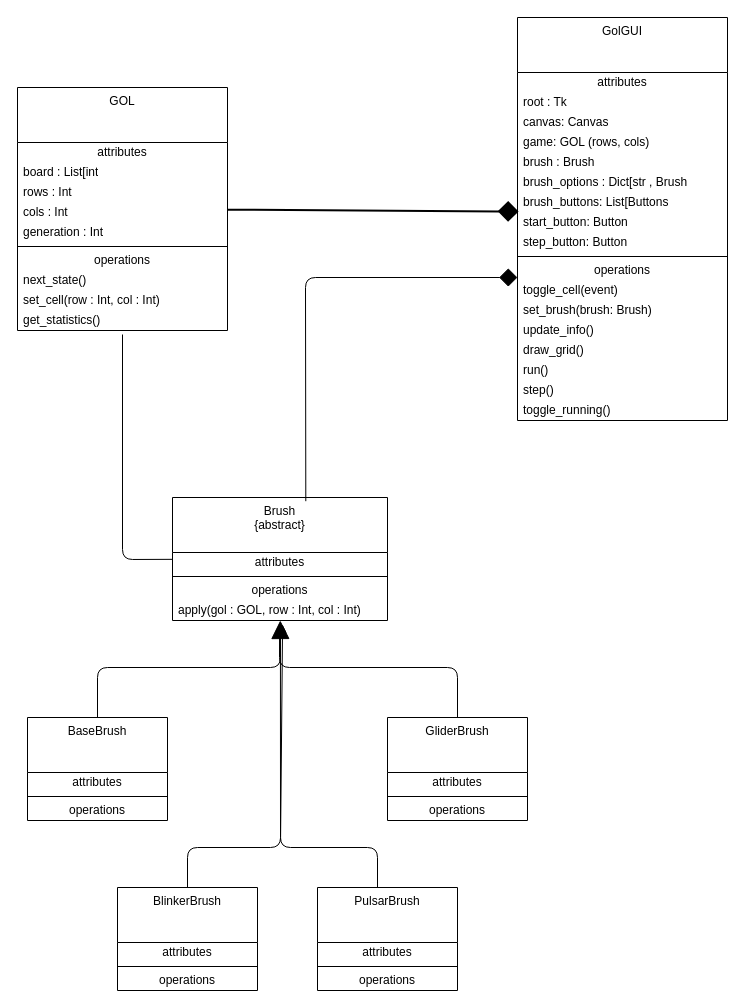
Above: structure.drawio in erik-sol/Game-of-Life (draw.io), before the change. Source tidied: cells renumbered, new cells numbered last; positions are measured from the earlier drawing's top-left corner, leaving out a move shared by most shapes. Both pictures are drawn from the tidied source at 100%, with x=0, y=0 at pixel (17, 17).
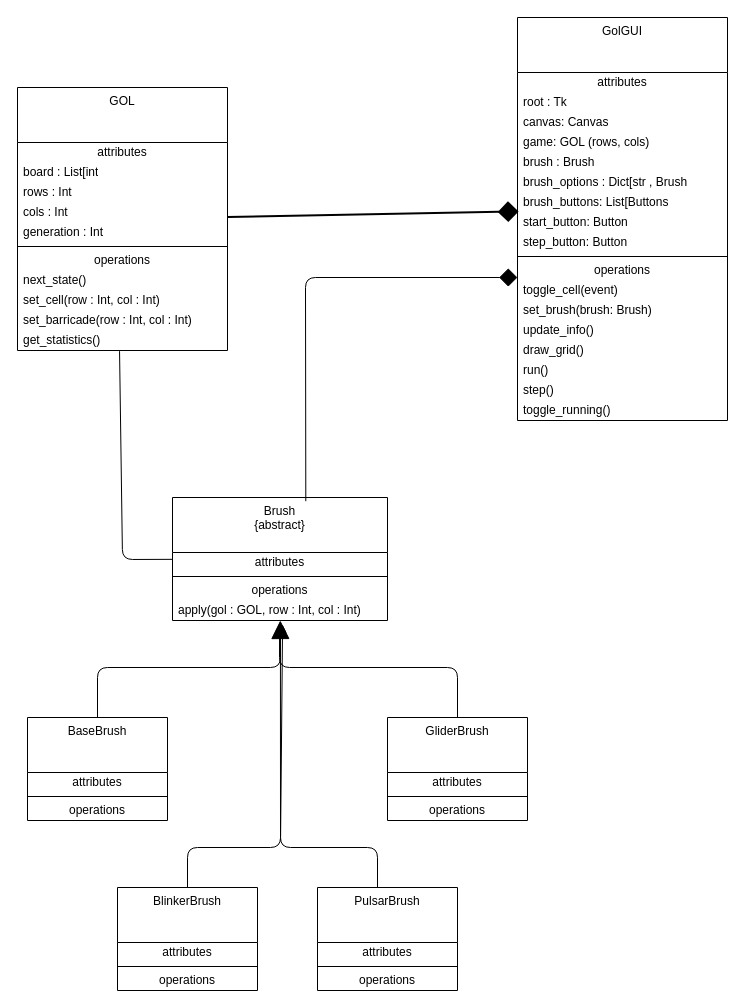
After the change.

Commit message (it also covers changes not shown here):
Barricade and stepback 1st

Unchanged cells that the change refers to:
```xml
<mxCell id="32" value="Brush&lt;div&gt;{abstract}&lt;/div&gt;" style="swimlane;fontStyle=0;align=center;verticalAlign=top;horizontal=1;startSize=55;html=1;whiteSpace=wrap;" parent="1" vertex="1">
  <mxGeometry x="155" y="480" width="215" height="123" as="geometry" />
</mxCell>
```

Diff of the diagram source:
```diff
@@
     <mxCell id="21" value="GOL" style="swimlane;fontStyle=0;align=center;verticalAlign=top;horizontal=1;startSize=55;html=1;whiteSpace=wrap;" parent="1" vertex="1">
-      <mxGeometry y="70" width="210" height="243" as="geometry" />
+      <mxGeometry y="70" width="210" height="263" as="geometry" />
     </mxCell>
@@
+    <mxCell id="60" value="set_barricade(row : Int, col : Int)" style="text;html=1;strokeColor=none;fillColor=none;align=left;verticalAlign=middle;spacingLeft=4;spacingRight=4;overflow=hidden;whiteSpace=wrap;" parent="21" vertex="1">
+      <mxGeometry y="223" width="210" height="20" as="geometry" />
+    </mxCell>
     <mxCell id="31" value="get_statistics()" style="text;html=1;strokeColor=none;fillColor=none;align=left;verticalAlign=middle;spacingLeft=4;spacingRight=4;overflow=hidden;points=[[0,0.5],[1,0.5]];portConstraint=eastwest;whiteSpace=wrap;" parent="21" vertex="1">
-      <mxGeometry y="223" width="210" height="20" as="geometry" />
+      <mxGeometry y="243" width="210" height="20" as="geometry" />
     </mxCell>
@@
-    <mxCell id="59" style="edgeStyle=none;html=1;endArrow=none;endFill=0;" parent="1" edge="1" source="32">
+    <mxCell id="59" style="edgeStyle=none;html=1;endArrow=none;endFill=0;entryX=0.486;entryY=1.033;entryDx=0;entryDy=0;entryPerimeter=0;" parent="1" edge="1" source="32" target="31">
       <mxGeometry relative="1" as="geometry">
-        <mxPoint x="105" y="317" as="targetPoint" />
         <Array as="points">
           <mxPoint x="105" y="542" />
         </Array>
       </mxGeometry>
     </mxCell>
```
